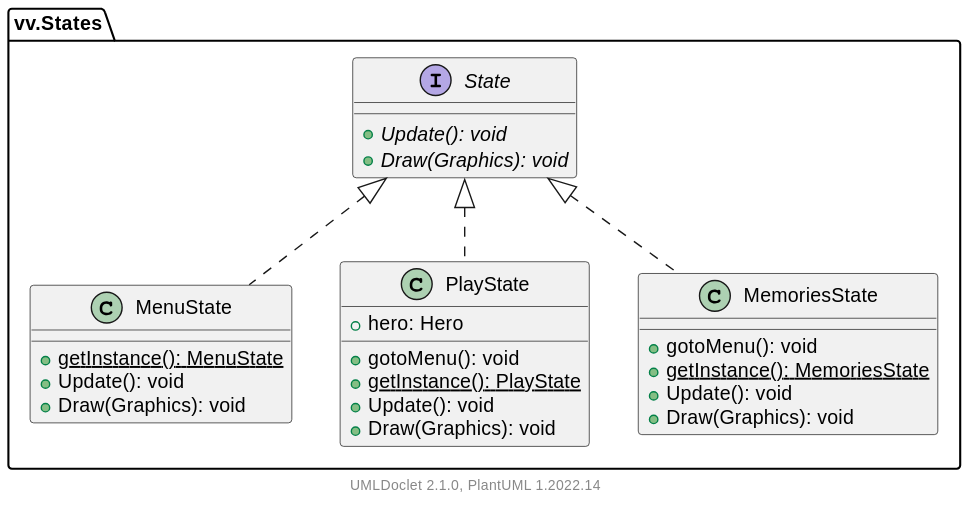
Above: docs/vv/States/package.svg in vieruuuu/valentin-vulture (PlantUML), before the change.
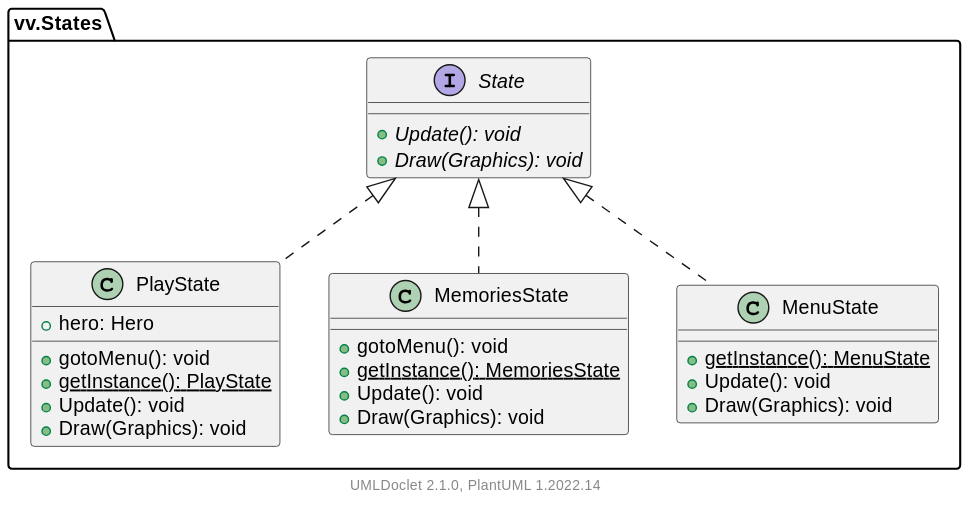
The same diagram one commit later.

The edit, as a diff of the source:
```diff
@@ -1,11 +1,5 @@
 @startuml
     namespace vv.States {
-
-        class MenuState [[MenuState.html]] {
-            {static} +getInstance(): MenuState
-            +Update(): void
-            +Draw(Graphics): void
-        }
 
         class PlayState [[PlayState.html]] {
             +hero: Hero
@@ -27,9 +21,15 @@
             +Draw(Graphics): void
         }
 
-        State <|.. MenuState
+        class MenuState [[MenuState.html]] {
+            {static} +getInstance(): MenuState
+            +Update(): void
+            +Draw(Graphics): void
+        }
+
         State <|.. PlayState
         State <|.. MemoriesState
+        State <|.. MenuState
     }
 
     center footer UMLDoclet 2.1.0, PlantUML %version()
```
